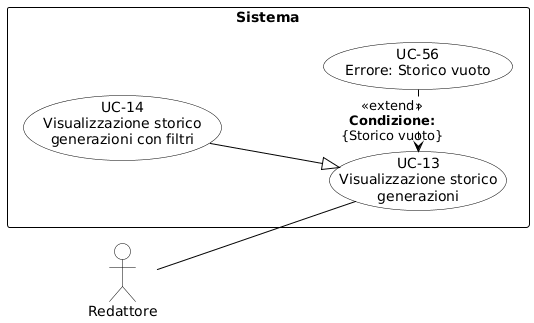
Earlier version of the PlantUML export RTB/Analisi dei Requisiti/diagrammi_use_case/UC-13.png (aLittleByte-19/Documentazione).
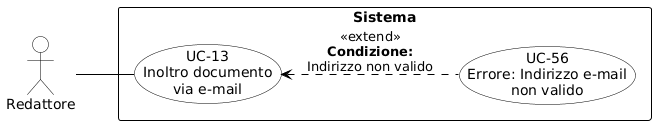
After the change.

What changed in the source:
```diff
@@ -2,9 +2,8 @@
 skinparam shadowing false
 skinparam defaultFontName Arial
 left to right direction
-
-skinparam ranksep 100
 skinparam nodesep 15
+skinparam ranksep 50
 
 skinparam usecase {
     BackgroundColor white
@@ -23,15 +22,10 @@
 actor "Redattore" as R
 
 rectangle "Sistema" {
-    usecase "UC-13\nVisualizzazione storico\ngenerazioni" as UC13
+    usecase "UC-13\nInoltro documento\nvia e-mail" as UC13
+    usecase "UC-56\nErrore: Indirizzo e-mail\nnon valido" as UC56
 
-    usecase "UC-14\nVisualizzazione storico\ngenerazioni con filtri" as UC14
-    usecase "UC-56\nErrore: Storico vuoto" as UC56
-
-    UC14 -[hidden]down- UC56
-
-    UC14 -right-|> UC13
-    UC56 .right.> UC13 : <<extend>>\n**Condizione:**\n{Storico vuoto}
+    UC56 .up.> UC13 : <<extend>>\n**Condizione:**\nIndirizzo non valido
 }
 
 R -- UC13
```
